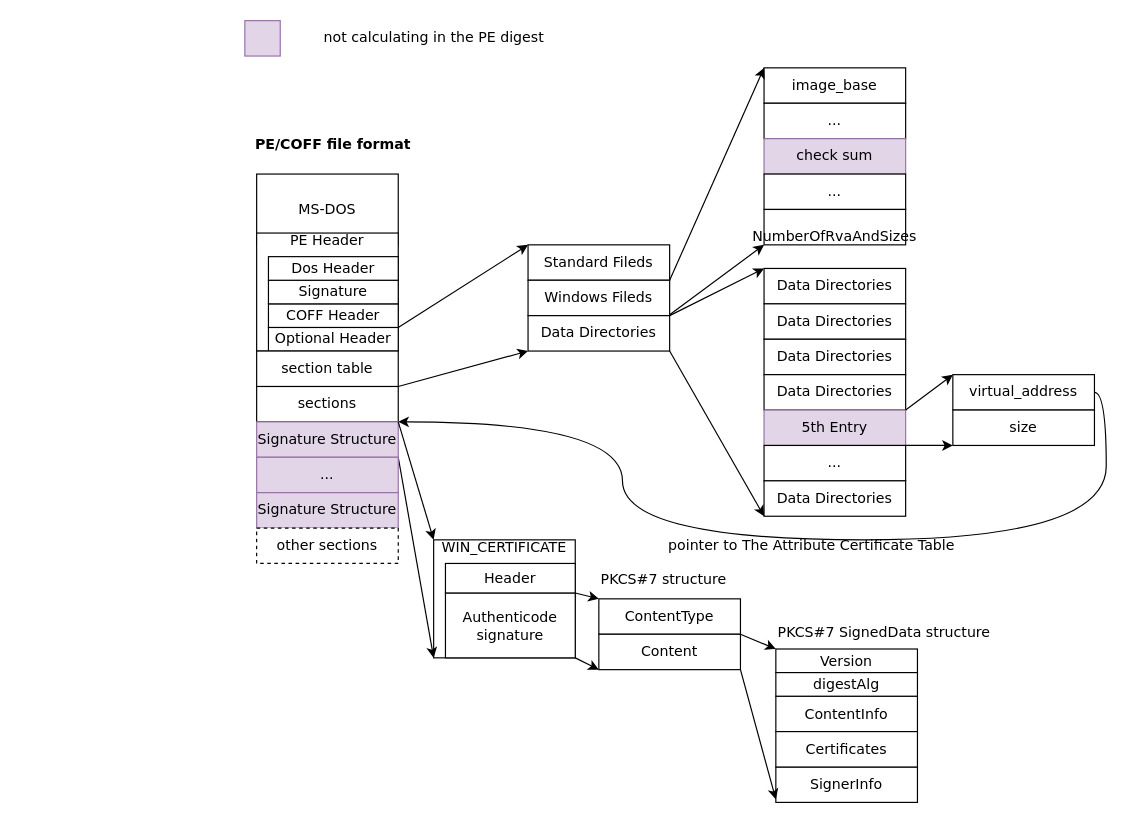
Earlier version of the draw.io diagram signatrust.drawio (pkking/mydrawio). Source tidied: cells renumbered, new cells numbered last; positions are measured from the earlier drawing's top-left corner, leaving out a move shared by most shapes. Both pictures are drawn from the tidied source at 118%, with x=0, y=0 at pixel (215, 20).
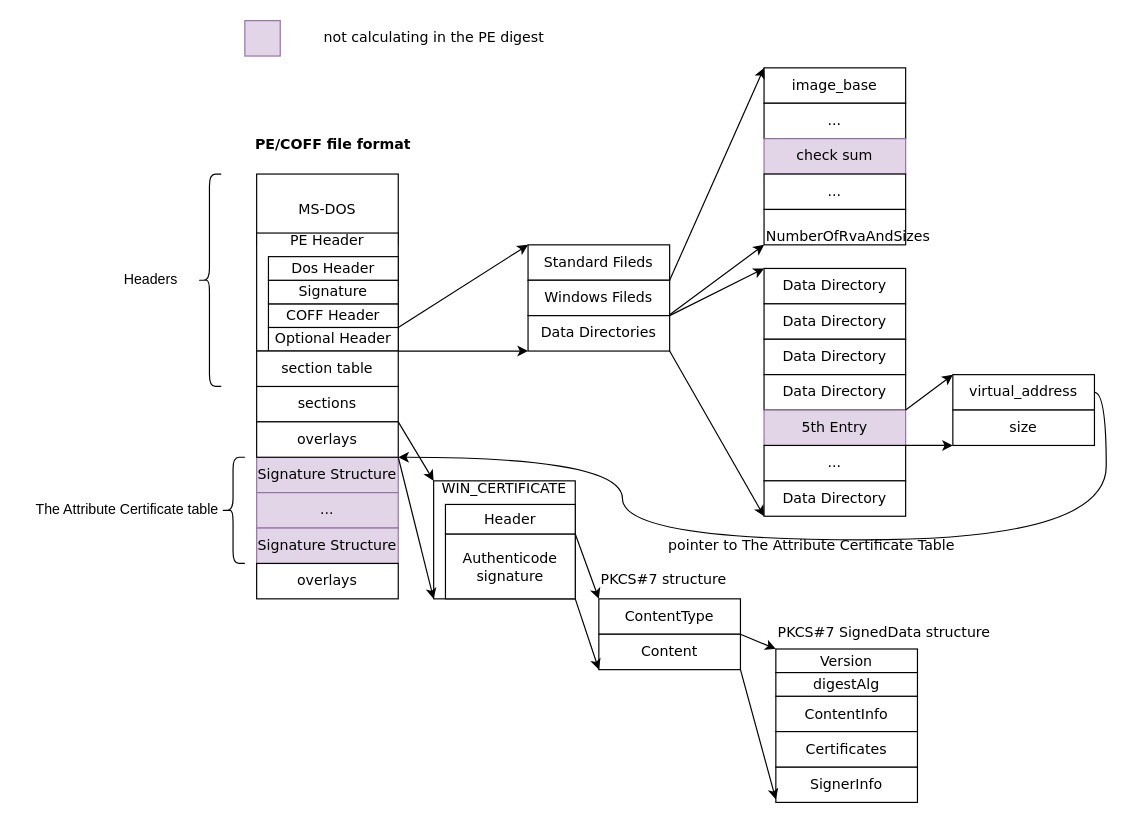
The same page after the edit.

Unchanged cells that the change refers to:
```xml
<mxCell id="10" value="Data Directories" style="rounded=0;whiteSpace=wrap;html=1;fontFamily=Verdana;" parent="1" vertex="1">
  <mxGeometry x="265" y="250" width="120" height="30" as="geometry" />
</mxCell>
<mxCell id="25" value="virtual_address" style="rounded=0;whiteSpace=wrap;html=1;fontFamily=Verdana;" parent="1" vertex="1">
  <mxGeometry x="625" y="300" width="120" height="30" as="geometry" />
</mxCell>
<mxCell id="45" value="Content" style="rounded=0;whiteSpace=wrap;html=1;fontFamily=Verdana;" parent="1" vertex="1">
  <mxGeometry x="325" y="520" width="120" height="30" as="geometry" />
</mxCell>
<mxCell id="60" value="section table" style="rounded=0;whiteSpace=wrap;html=1;fontFamily=Verdana;" parent="1" vertex="1">
  <mxGeometry x="35" y="280" width="120" height="30" as="geometry" />
</mxCell>
```

The edit, as a diff of the source:
```diff
@@
-    <mxCell id="14" style="endArrow=classic;html=1;rounded=0;entryX=0;entryY=1;entryDx=0;entryDy=0;fontFamily=Verdana;" parent="1" edge="1" target="10">
-      <mxGeometry relative="1" as="geometry">
-        <mxPoint x="155" y="310" as="sourcePoint" />
-      </mxGeometry>
+    <mxCell id="14" style="endArrow=classic;html=1;rounded=0;entryX=0;entryY=1;entryDx=0;entryDy=0;fontFamily=Verdana;exitX=1;exitY=0;exitDx=0;exitDy=0;" parent="1" edge="1" source="60" target="10">
+      <mxGeometry relative="1" as="geometry" />
     </mxCell>
@@
-    <mxCell id="16" value="Data Directories" style="rounded=0;whiteSpace=wrap;html=1;fontFamily=Verdana;" parent="1" vertex="1">
+    <mxCell id="16" value="Data Directory" style="rounded=0;whiteSpace=wrap;html=1;fontFamily=Verdana;" parent="1" vertex="1">
       <mxGeometry x="465" y="210" width="120" height="30" as="geometry" />
     </mxCell>
-    <mxCell id="17" value="Data Directories" style="rounded=0;whiteSpace=wrap;html=1;fontFamily=Verdana;" parent="1" vertex="1">
+    <mxCell id="17" value="Data Directory" style="rounded=0;whiteSpace=wrap;html=1;fontFamily=Verdana;" parent="1" vertex="1">
       <mxGeometry x="465" y="240" width="120" height="30" as="geometry" />
     </mxCell>
-    <mxCell id="18" value="Data Directories" style="rounded=0;whiteSpace=wrap;html=1;fontFamily=Verdana;" parent="1" vertex="1">
+    <mxCell id="18" value="Data Directory" style="rounded=0;whiteSpace=wrap;html=1;fontFamily=Verdana;" parent="1" vertex="1">
       <mxGeometry x="465" y="270" width="120" height="30" as="geometry" />
     </mxCell>
-    <mxCell id="19" value="Data Directories" style="rounded=0;whiteSpace=wrap;html=1;fontFamily=Verdana;" parent="1" vertex="1">
+    <mxCell id="19" value="Data Directory" style="rounded=0;whiteSpace=wrap;html=1;fontFamily=Verdana;" parent="1" vertex="1">
       <mxGeometry x="465" y="300" width="120" height="30" as="geometry" />
     </mxCell>
@@
-    <mxCell id="22" value="Data Directories" style="rounded=0;whiteSpace=wrap;html=1;fontFamily=Verdana;" parent="1" vertex="1">
+    <mxCell id="22" value="Data Directory" style="rounded=0;whiteSpace=wrap;html=1;fontFamily=Verdana;" parent="1" vertex="1">
       <mxGeometry x="465" y="390" width="120" height="30" as="geometry" />
     </mxCell>
@@
     <mxCell id="24" style="edgeStyle=orthogonalEdgeStyle;rounded=0;jettySize=auto;html=1;entryX=1;entryY=0;entryDx=0;entryDy=0;curved=1;exitX=1;exitY=0.5;exitDx=0;exitDy=0;fontFamily=Verdana;" parent="1" edge="1" source="25" target="30">
       <mxGeometry relative="1" as="geometry">
         <Array as="points">
           <mxPoint x="755" y="315" />
           <mxPoint x="755" y="440" />
           <mxPoint x="345" y="440" />
-          <mxPoint x="345" y="340" />
+          <mxPoint x="345" y="370" />
         </Array>
       </mxGeometry>
     </mxCell>
@@
     <mxCell id="30" value="Signature Structure" style="rounded=0;whiteSpace=wrap;html=1;fillColor=#e1d5e7;strokeColor=#9673a6;fontFamily=Verdana;" parent="1" vertex="1">
-      <mxGeometry x="35" y="340" width="120" height="30" as="geometry" />
+      <mxGeometry x="35" y="370" width="120" height="30" as="geometry" />
     </mxCell>
     <mxCell id="31" value="&lt;div&gt;WIN_CERTIFICATE&lt;/div&gt;&lt;div&gt;&lt;br&gt;&lt;/div&gt;&lt;div&gt;&lt;br&gt;&lt;/div&gt;&lt;div&gt;&lt;br&gt;&lt;/div&gt;&lt;div&gt;&lt;br&gt;&lt;/div&gt;&lt;div&gt;&lt;br&gt;&lt;/div&gt;&lt;div&gt;&lt;br&gt;&lt;/div&gt;" style="rounded=0;whiteSpace=wrap;html=1;fontFamily=Verdana;" parent="1" vertex="1">
-      <mxGeometry x="185" y="440" width="120" height="100" as="geometry" />
+      <mxGeometry x="185" y="390" width="120" height="100" as="geometry" />
     </mxCell>
     <mxCell id="32" value=" Authenticode signature" style="rounded=0;whiteSpace=wrap;html=1;fontFamily=Verdana;" parent="1" vertex="1">
-      <mxGeometry x="195" y="485" width="110" height="55" as="geometry" />
+      <mxGeometry x="195" y="435" width="110" height="55" as="geometry" />
     </mxCell>
@@
     <mxCell id="38" value="Header" style="rounded=0;whiteSpace=wrap;html=1;fontFamily=Verdana;" parent="1" vertex="1">
-      <mxGeometry x="195" y="460" width="110" height="25" as="geometry" />
+      <mxGeometry x="195" y="410" width="110" height="25" as="geometry" />
     </mxCell>
@@
     <mxCell id="42" value="..." style="rounded=0;whiteSpace=wrap;html=1;fontFamily=Verdana;fillColor=#e1d5e7;strokeColor=#9673a6;" parent="1" vertex="1">
-      <mxGeometry x="35" y="370" width="120" height="30" as="geometry" />
+      <mxGeometry x="35" y="400" width="120" height="30" as="geometry" />
     </mxCell>
     <mxCell id="43" value="Signature Structure" style="rounded=0;whiteSpace=wrap;html=1;fontFamily=Verdana;fillColor=#e1d5e7;strokeColor=#9673a6;" parent="1" vertex="1">
-      <mxGeometry x="35" y="400" width="120" height="30" as="geometry" />
+      <mxGeometry x="35" y="430" width="120" height="30" as="geometry" />
     </mxCell>
@@
-    <mxCell id="47" style="endArrow=classic;html=1;rounded=0;entryX=0;entryY=1;entryDx=0;entryDy=0;fontFamily=Verdana;" parent="1" edge="1" target="45">
-      <mxGeometry relative="1" as="geometry">
-        <mxPoint x="305" y="540" as="sourcePoint" />
-      </mxGeometry>
+    <mxCell id="47" style="endArrow=classic;html=1;rounded=0;entryX=0;entryY=1;entryDx=0;entryDy=0;fontFamily=Verdana;exitX=1;exitY=1;exitDx=0;exitDy=0;" parent="1" edge="1" source="32" target="45">
+      <mxGeometry relative="1" as="geometry" />
     </mxCell>
@@
-    <mxCell id="50" value="other sections" style="rounded=0;whiteSpace=wrap;html=1;fontFamily=Verdana;dashed=1;" parent="1" vertex="1">
-      <mxGeometry x="35" y="430" width="120" height="30" as="geometry" />
+    <mxCell id="50" value="overlays" style="rounded=0;whiteSpace=wrap;html=1;fontFamily=Verdana;" parent="1" vertex="1">
+      <mxGeometry x="35" y="460" width="120" height="30" as="geometry" />
     </mxCell>
@@
-    <mxCell id="57" value="&lt;br&gt;NumberOfRvaAndSizes " style="rounded=0;whiteSpace=wrap;html=1;fontFamily=Verdana;" parent="1" vertex="1">
+    <mxCell id="57" value="&lt;div align=&quot;left&quot;&gt;&lt;br&gt;&lt;/div&gt;&lt;div align=&quot;left&quot;&gt;NumberOfRvaAndSizes &lt;/div&gt;" style="rounded=0;whiteSpace=wrap;html=1;fontFamily=Verdana;align=left;" parent="1" vertex="1">
       <mxGeometry x="465" y="160" width="120" height="30" as="geometry" />
     </mxCell>
@@
+    <mxCell id="62" value="overlays" style="rounded=0;whiteSpace=wrap;html=1;fontFamily=Verdana;" parent="1" vertex="1">
+      <mxGeometry x="35" y="340" width="120" height="30" as="geometry" />
+    </mxCell>
+    <mxCell id="63" style="edgeStyle=isometricEdgeStyle;endArrow=none;html=1;elbow=vertical;rounded=0;exitX=1;exitY=1;exitDx=0;exitDy=0;entryX=1;entryY=1;entryDx=0;entryDy=0;" parent="1" edge="1" source="19" target="19">
+      <mxGeometry relative="1" as="geometry" />
+    </mxCell>
+    <mxCell id="64" style="shape=curlyBracket;whiteSpace=wrap;html=1;rounded=1;labelPosition=left;verticalLabelPosition=middle;align=right;verticalAlign=middle;" parent="1" vertex="1">
+      <mxGeometry x="5" y="370" width="20" height="90" as="geometry" />
+    </mxCell>
+    <mxCell id="65" value="The Attribute Certificate table" style="text;html=1;align=center;verticalAlign=middle;strokeColor=none;fillColor=none;" parent="1" vertex="1">
+      <mxGeometry x="-165" y="400" width="180" height="30" as="geometry" />
+    </mxCell>
+    <mxCell id="66" style="shape=curlyBracket;whiteSpace=wrap;html=1;rounded=1;labelPosition=left;verticalLabelPosition=middle;align=right;verticalAlign=middle;" parent="1" vertex="1">
+      <mxGeometry x="-15" y="130" width="20" height="180" as="geometry" />
+    </mxCell>
+    <mxCell id="67" value="Headers" style="text;html=1;align=center;verticalAlign=middle;strokeColor=none;fillColor=none;" parent="1" vertex="1">
+      <mxGeometry x="-90" y="205" width="70" height="30" as="geometry" />
+    </mxCell>
```
